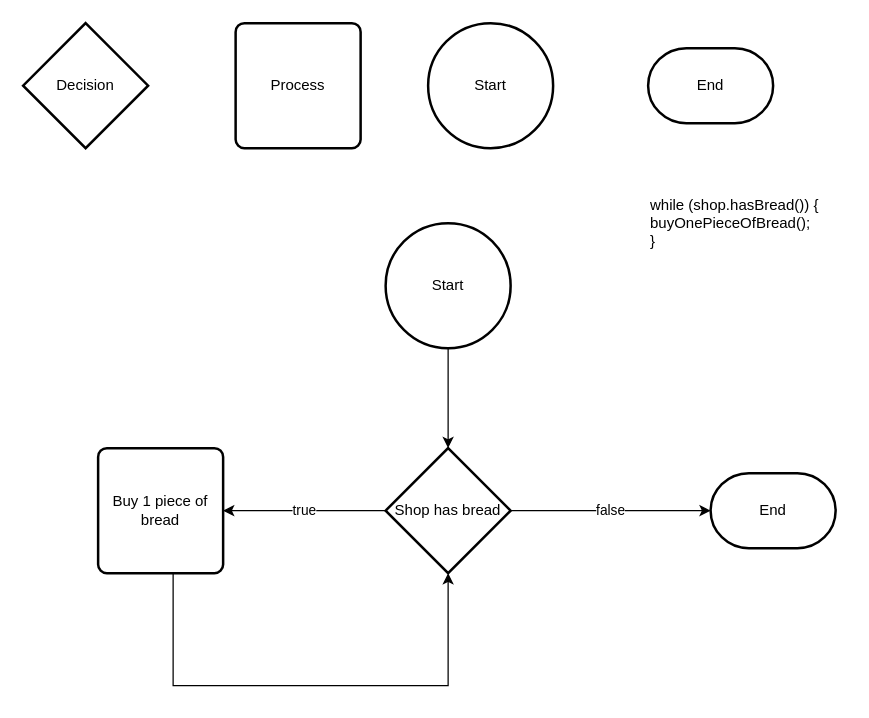
Above: page "Buy bread" (2 of 6) of Untitled Diagram.drawio in YingCG/Algorithms-Learning (draw.io), before the change. Source tidied: cells renumbered, new cells numbered last; positions are measured from the earlier drawing's top-left corner, leaving out a move shared by most shapes. Both pictures are drawn from the tidied source at 125%, with x=0, y=0 at pixel (22, 22).
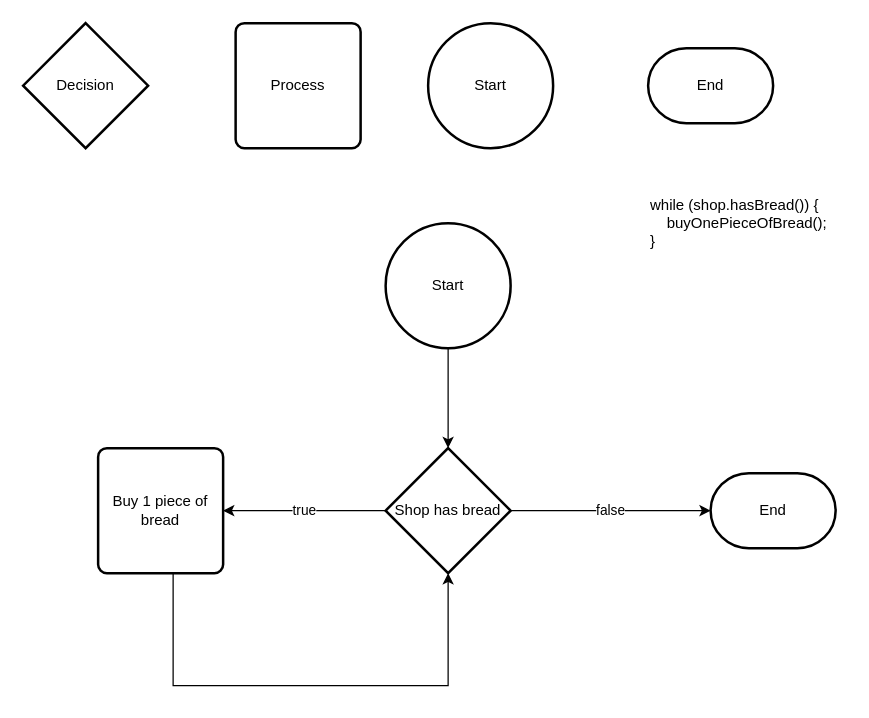
Above is the later version.

Diff of the diagram source:
```diff
@@
 <mxGraphModel>
   <root>
     <mxCell id="0" />
     <mxCell id="1" parent="0" />
     <mxCell id="2" value="true" style="edgeStyle=orthogonalEdgeStyle;rounded=0;jettySize=auto;html=1;" parent="1" edge="1" source="4" target="12">
       <mxGeometry relative="1" as="geometry" />
     </mxCell>
     <mxCell id="3" value="false" style="edgeStyle=orthogonalEdgeStyle;rounded=0;jettySize=auto;html=1;entryX=0;entryY=0.5;entryDx=0;entryDy=0;entryPerimeter=0;" parent="1" edge="1" source="4" target="7">
       <mxGeometry relative="1" as="geometry" />
     </mxCell>
     <mxCell id="4" value="Shop has bread" style="strokeWidth=2;html=1;shape=mxgraph.flowchart.decision;whiteSpace=wrap;" parent="1" vertex="1">
       <mxGeometry x="290" y="340" width="100" height="100" as="geometry" />
     </mxCell>
     <mxCell id="5" value="Process" style="rounded=1;whiteSpace=wrap;html=1;absoluteArcSize=1;arcSize=14;strokeWidth=2;" parent="1" vertex="1">
       <mxGeometry x="170" width="100" height="100" as="geometry" />
     </mxCell>
     <mxCell id="6" value="Start" style="strokeWidth=2;html=1;shape=mxgraph.flowchart.start_2;whiteSpace=wrap;" parent="1" vertex="1">
       <mxGeometry x="324" width="100" height="100" as="geometry" />
     </mxCell>
     <mxCell id="7" value="End" style="strokeWidth=2;html=1;shape=mxgraph.flowchart.terminator;whiteSpace=wrap;" parent="1" vertex="1">
       <mxGeometry x="550" y="360" width="100" height="60" as="geometry" />
     </mxCell>
     <mxCell id="8" style="edgeStyle=orthogonalEdgeStyle;rounded=0;jettySize=auto;html=1;" parent="1" edge="1" source="9" target="4">
       <mxGeometry relative="1" as="geometry" />
     </mxCell>
     <mxCell id="9" value="Start" style="strokeWidth=2;html=1;shape=mxgraph.flowchart.start_2;whiteSpace=wrap;" parent="1" vertex="1">
       <mxGeometry x="290" y="160" width="100" height="100" as="geometry" />
     </mxCell>
     <mxCell id="10" value="Decision" style="strokeWidth=2;html=1;shape=mxgraph.flowchart.decision;whiteSpace=wrap;" parent="1" vertex="1">
       <mxGeometry width="100" height="100" as="geometry" />
     </mxCell>
     <mxCell id="11" style="edgeStyle=orthogonalEdgeStyle;rounded=0;jettySize=auto;html=1;entryX=0.5;entryY=1;entryDx=0;entryDy=0;entryPerimeter=0;" parent="1" edge="1" source="12" target="4">
       <mxGeometry relative="1" as="geometry">
         <Array as="points">
           <mxPoint x="120" y="530" />
           <mxPoint x="340" y="530" />
         </Array>
       </mxGeometry>
     </mxCell>
     <mxCell id="12" value="Buy 1 piece of bread" style="rounded=1;whiteSpace=wrap;html=1;absoluteArcSize=1;arcSize=14;strokeWidth=2;" parent="1" vertex="1">
       <mxGeometry x="60" y="340" width="100" height="100" as="geometry" />
     </mxCell>
     <mxCell id="13" value="End" style="strokeWidth=2;html=1;shape=mxgraph.flowchart.terminator;whiteSpace=wrap;" parent="1" vertex="1">
       <mxGeometry x="500" y="20" width="100" height="60" as="geometry" />
     </mxCell>
-    <mxCell id="14" value="&lt;div&gt;while (shop.hasBread()) {&lt;/div&gt;&lt;div&gt;buyOnePieceOfBread();&lt;br&gt;&lt;/div&gt;&lt;div&gt;}&lt;br&gt;&lt;/div&gt;" style="text;html=1;align=left;verticalAlign=middle;strokeColor=none;" parent="1" vertex="1">
+    <mxCell id="14" value="&lt;div&gt;while (shop.hasBread()) {&lt;/div&gt;&lt;div&gt;&amp;nbsp;&amp;nbsp;&amp;nbsp; buyOnePieceOfBread();&lt;br&gt;&lt;/div&gt;&lt;div&gt;}&lt;br&gt;&lt;/div&gt;" style="text;html=1;align=left;verticalAlign=middle;strokeColor=none;" parent="1" vertex="1">
       <mxGeometry x="500" y="135" width="160" height="50" as="geometry" />
     </mxCell>
   </root>
 </mxGraphModel>
```
